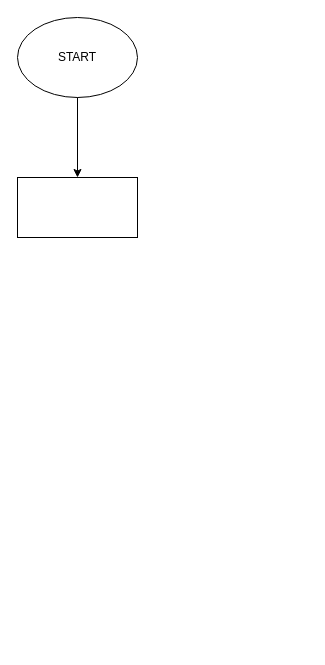
Before: wartość-bezwzględna.drawio in ZiembaAdrian/algorytmy, a draw.io diagram. Source tidied: cells renumbered, new cells numbered last; positions are measured from the earlier drawing's top-left corner, leaving out a move shared by most shapes. Both pictures are drawn from the tidied source at 100%, with x=0, y=0 at pixel (17, 17).
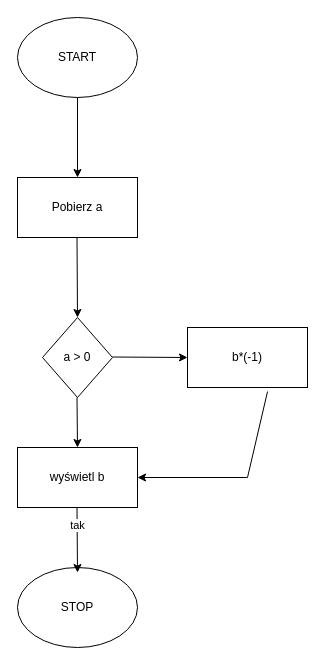
The same page after the edit.

Change to the diagram source:
```diff
@@
 <mxGraphModel>
   <root>
     <mxCell id="0" />
     <mxCell id="1" parent="0" />
     <mxCell id="2" value="START" style="ellipse;whiteSpace=wrap;html=1;" parent="1" vertex="1">
       <mxGeometry width="120" height="80" as="geometry" />
     </mxCell>
     <mxCell id="3" style="endArrow=classic;html=1;rounded=0;exitX=0.5;exitY=1;exitDx=0;exitDy=0;entryX=0.5;entryY=0;entryDx=0;entryDy=0;" parent="1" edge="1" source="2" target="4">
       <mxGeometry relative="1" as="geometry" />
     </mxCell>
-    <mxCell id="4" style="rounded=0;whiteSpace=wrap;html=1;" parent="1" vertex="1">
+    <mxCell id="4" value="Pobierz a" style="rounded=0;whiteSpace=wrap;html=1;" parent="1" vertex="1">
       <mxGeometry y="160" width="120" height="60" as="geometry" />
     </mxCell>
+    <mxCell id="5" value="STOP" style="ellipse;whiteSpace=wrap;html=1;" parent="1" vertex="1">
+      <mxGeometry y="550" width="120" height="80" as="geometry" />
+    </mxCell>
+    <mxCell id="6" value="a &amp;gt; 0" style="rhombus;whiteSpace=wrap;html=1;" parent="1" vertex="1">
+      <mxGeometry x="25" y="300" width="70" height="80" as="geometry" />
+    </mxCell>
+    <mxCell id="7" style="endArrow=classic;html=1;rounded=0;exitX=0.5;exitY=1;exitDx=0;exitDy=0;entryX=0.5;entryY=0;entryDx=0;entryDy=0;" parent="1" edge="1" target="6">
+      <mxGeometry relative="1" as="geometry">
+        <mxPoint x="59.5" y="220" as="sourcePoint" />
+      </mxGeometry>
+    </mxCell>
+    <mxCell id="8" style="endArrow=classic;html=1;rounded=0;entryX=0;entryY=0.5;entryDx=0;entryDy=0;" parent="1" edge="1" target="9">
+      <mxGeometry relative="1" as="geometry">
+        <mxPoint x="95" y="339.5" as="sourcePoint" />
+      </mxGeometry>
+    </mxCell>
+    <mxCell id="9" value="b*(-1)" style="rounded=0;whiteSpace=wrap;html=1;" parent="1" vertex="1">
+      <mxGeometry x="170" y="310" width="120" height="60" as="geometry" />
+    </mxCell>
+    <mxCell id="10" value="wyświetl b" style="rounded=0;whiteSpace=wrap;html=1;" parent="1" vertex="1">
+      <mxGeometry y="430" width="120" height="60" as="geometry" />
+    </mxCell>
+    <mxCell id="11" style="endArrow=classic;html=1;rounded=0;exitX=0.5;exitY=1;exitDx=0;exitDy=0;entryX=0.5;entryY=0;entryDx=0;entryDy=0;" parent="1" edge="1" target="10">
+      <mxGeometry relative="1" as="geometry">
+        <mxPoint x="59.5" y="380" as="sourcePoint" />
+      </mxGeometry>
+    </mxCell>
+    <mxCell id="12" style="endArrow=classic;html=1;rounded=0;entryX=1;entryY=0.5;entryDx=0;entryDy=0;exitX=0.667;exitY=1.067;exitDx=0;exitDy=0;exitPerimeter=0;" parent="1" edge="1" source="9" target="10">
+      <mxGeometry relative="1" as="geometry">
+        <Array as="points">
+          <mxPoint x="230" y="460" />
+        </Array>
+      </mxGeometry>
+    </mxCell>
+    <mxCell id="13" style="endArrow=classic;html=1;rounded=0;exitX=0.5;exitY=1;exitDx=0;exitDy=0;entryX=0.5;entryY=0.063;entryDx=0;entryDy=0;entryPerimeter=0;" parent="1" edge="1" target="5">
+      <mxGeometry relative="1" as="geometry">
+        <mxPoint x="59.5" y="490" as="sourcePoint" />
+      </mxGeometry>
+    </mxCell>
+    <mxCell id="14" value="tak" style="edgeLabel;html=1;align=center;verticalAlign=middle;" parent="13" vertex="1">
+      <mxGeometry x="-0.45" relative="1" as="geometry" />
+    </mxCell>
   </root>
 </mxGraphModel>
```
